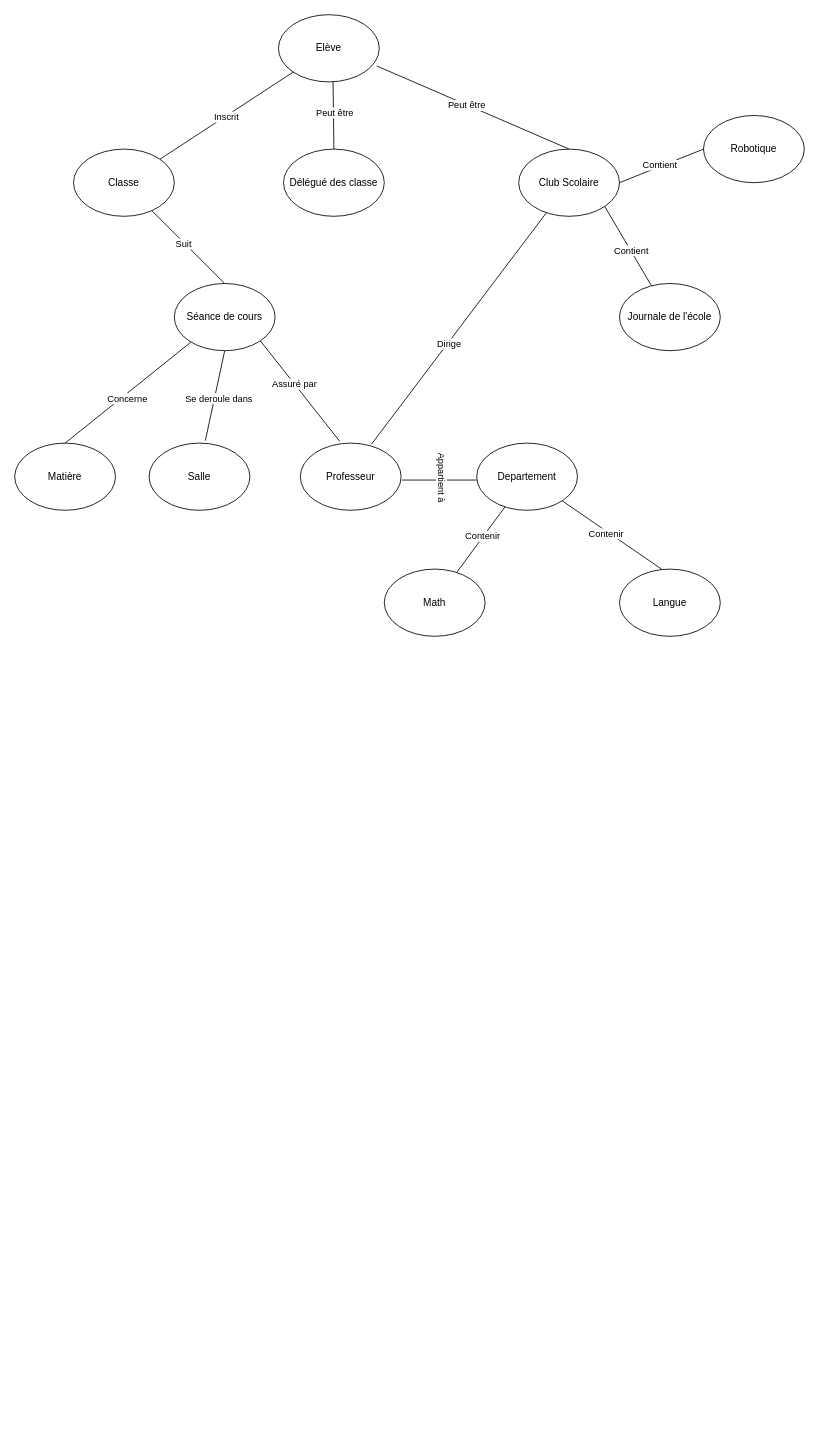
Above: Representation_graphique.drawio in MarcoKlinko/symfony_app (draw.io), before the change. Source tidied: cells renumbered, new cells numbered last; positions are measured from the earlier drawing's top-left corner, leaving out a move shared by most shapes. Both pictures are drawn from the tidied source at 84%, with x=0, y=0 at pixel (14, 14).
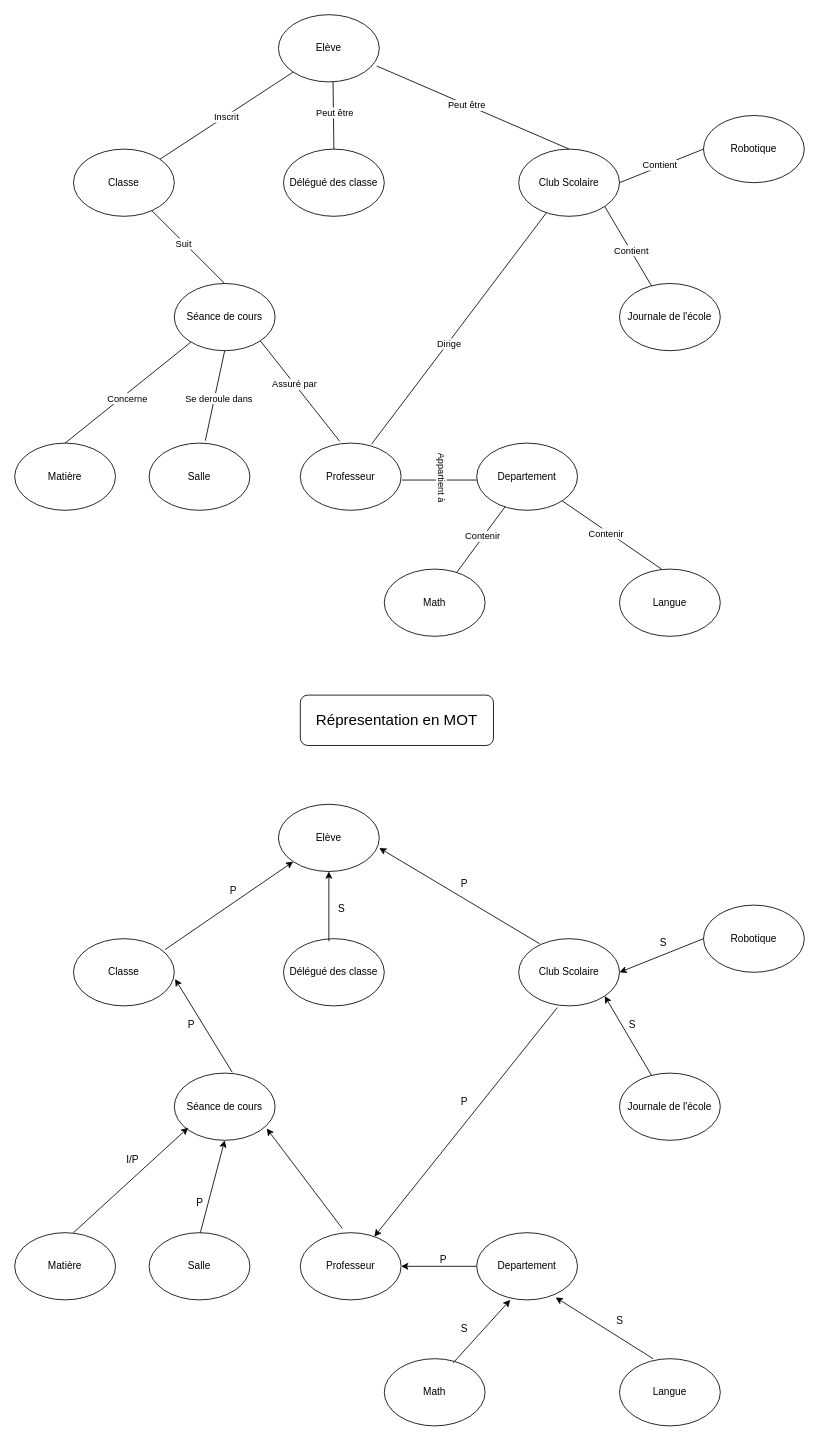
Above is the later version.

Commit message:
Mettre à jour Representation_graphique.drawio

The edit, as a diff of the source:
```diff
@@
+    <mxCell id="41" value="&lt;font style=&quot;font-size: 18px;&quot;&gt;Répresentation en MOT&lt;/font&gt;" style="rounded=1;whiteSpace=wrap;html=1;" parent="1" vertex="1">
+      <mxGeometry x="340" y="810" width="230" height="60" as="geometry" />
+    </mxCell>
+    <mxCell id="42" value="Elève" style="ellipse;whiteSpace=wrap;html=1;" parent="1" vertex="1">
+      <mxGeometry x="314" y="940" width="120" height="80" as="geometry" />
+    </mxCell>
+    <mxCell id="43" value="Classe" style="ellipse;whiteSpace=wrap;html=1;" parent="1" vertex="1">
+      <mxGeometry x="70" y="1100" width="120" height="80" as="geometry" />
+    </mxCell>
+    <mxCell id="44" value="Club Scolaire" style="ellipse;whiteSpace=wrap;html=1;" parent="1" vertex="1">
+      <mxGeometry x="600" y="1100" width="120" height="80" as="geometry" />
+    </mxCell>
+    <mxCell id="45" value="Délégué des classe" style="ellipse;whiteSpace=wrap;html=1;" parent="1" vertex="1">
+      <mxGeometry x="320" y="1100" width="120" height="80" as="geometry" />
+    </mxCell>
+    <mxCell id="46" value="Journale de l'école" style="ellipse;whiteSpace=wrap;html=1;" parent="1" vertex="1">
+      <mxGeometry x="720" y="1260" width="120" height="80" as="geometry" />
+    </mxCell>
+    <mxCell id="47" value="Séance de cours" style="ellipse;whiteSpace=wrap;html=1;" parent="1" vertex="1">
+      <mxGeometry x="190" y="1260" width="120" height="80" as="geometry" />
+    </mxCell>
+    <mxCell id="48" value="Matière" style="ellipse;whiteSpace=wrap;html=1;" parent="1" vertex="1">
+      <mxGeometry y="1450" width="120" height="80" as="geometry" />
+    </mxCell>
+    <mxCell id="49" value="Salle" style="ellipse;whiteSpace=wrap;html=1;" parent="1" vertex="1">
+      <mxGeometry x="160" y="1450" width="120" height="80" as="geometry" />
+    </mxCell>
+    <mxCell id="50" value="Professeur" style="ellipse;whiteSpace=wrap;html=1;" parent="1" vertex="1">
+      <mxGeometry x="340" y="1450" width="120" height="80" as="geometry" />
+    </mxCell>
+    <mxCell id="51" value="Departement" style="ellipse;whiteSpace=wrap;html=1;" parent="1" vertex="1">
+      <mxGeometry x="550" y="1450" width="120" height="80" as="geometry" />
+    </mxCell>
+    <mxCell id="52" value="Langue" style="ellipse;whiteSpace=wrap;html=1;" parent="1" vertex="1">
+      <mxGeometry x="720" y="1600" width="120" height="80" as="geometry" />
+    </mxCell>
+    <mxCell id="53" value="Math" style="ellipse;whiteSpace=wrap;html=1;" parent="1" vertex="1">
+      <mxGeometry x="440" y="1600" width="120" height="80" as="geometry" />
+    </mxCell>
+    <mxCell id="54" value="Robotique" style="ellipse;whiteSpace=wrap;html=1;" parent="1" vertex="1">
+      <mxGeometry x="820" y="1060" width="120" height="80" as="geometry" />
+    </mxCell>
+    <mxCell id="55" value="S" style="text;html=1;align=center;verticalAlign=middle;strokeColor=none;fillColor=none;" parent="1" vertex="1">
+      <mxGeometry x="757" y="1090" width="30" height="30" as="geometry" />
+    </mxCell>
+    <mxCell id="56" value="S" style="text;html=1;align=center;verticalAlign=middle;strokeColor=none;fillColor=none;" parent="1" vertex="1">
+      <mxGeometry x="705" y="1540" width="30" height="30" as="geometry" />
+    </mxCell>
+    <mxCell id="57" value="S" style="text;html=1;align=center;verticalAlign=middle;strokeColor=none;fillColor=none;" parent="1" vertex="1">
+      <mxGeometry x="520" y="1550" width="30" height="30" as="geometry" />
+    </mxCell>
+    <mxCell id="58" value="S" style="text;html=1;align=center;verticalAlign=middle;strokeColor=none;fillColor=none;" parent="1" vertex="1">
+      <mxGeometry x="720" y="1188" width="30" height="30" as="geometry" />
+    </mxCell>
+    <mxCell id="59" value="S" style="text;html=1;align=center;verticalAlign=middle;strokeColor=none;fillColor=none;" parent="1" vertex="1">
+      <mxGeometry x="374" y="1050" width="30" height="30" as="geometry" />
+    </mxCell>
+    <mxCell id="60" value="P" style="text;html=1;align=center;verticalAlign=middle;strokeColor=none;fillColor=none;" parent="1" vertex="1">
+      <mxGeometry x="520" y="1280" width="30" height="30" as="geometry" />
+    </mxCell>
+    <mxCell id="61" value="P" style="text;html=1;align=center;verticalAlign=middle;strokeColor=none;fillColor=none;" parent="1" vertex="1">
+      <mxGeometry x="495" y="1468" width="30" height="30" as="geometry" />
+    </mxCell>
+    <mxCell id="62" value="I/P" style="text;html=1;align=center;verticalAlign=middle;strokeColor=none;fillColor=none;" parent="1" vertex="1">
+      <mxGeometry x="120" y="1348" width="40" height="30" as="geometry" />
+    </mxCell>
+    <mxCell id="63" value="P" style="text;html=1;align=center;verticalAlign=middle;strokeColor=none;fillColor=none;" parent="1" vertex="1">
+      <mxGeometry x="205" y="1400" width="30" height="30" as="geometry" />
+    </mxCell>
+    <mxCell id="64" value="P" style="text;html=1;align=center;verticalAlign=middle;strokeColor=none;fillColor=none;" parent="1" vertex="1">
+      <mxGeometry x="195" y="1188" width="30" height="30" as="geometry" />
+    </mxCell>
+    <mxCell id="65" value="P" style="text;html=1;align=center;verticalAlign=middle;strokeColor=none;fillColor=none;" parent="1" vertex="1">
+      <mxGeometry x="245" y="1028" width="30" height="30" as="geometry" />
+    </mxCell>
+    <mxCell id="66" value="P" style="text;html=1;align=center;verticalAlign=middle;strokeColor=none;fillColor=none;" parent="1" vertex="1">
+      <mxGeometry x="520" y="1020" width="30" height="30" as="geometry" />
+    </mxCell>
+    <mxCell id="67" style="endArrow=classic;html=1;rounded=0;entryX=0;entryY=1;entryDx=0;entryDy=0;exitX=0.908;exitY=0.163;exitDx=0;exitDy=0;exitPerimeter=0;" parent="1" edge="1" source="43" target="42">
+      <mxGeometry relative="1" as="geometry" />
+    </mxCell>
+    <mxCell id="68" style="endArrow=classic;html=1;rounded=0;entryX=1;entryY=0.65;entryDx=0;entryDy=0;exitX=0.208;exitY=0.075;exitDx=0;exitDy=0;exitPerimeter=0;entryPerimeter=0;" parent="1" edge="1" source="44" target="42">
+      <mxGeometry relative="1" as="geometry" />
+    </mxCell>
+    <mxCell id="69" style="endArrow=classic;html=1;rounded=0;entryX=0.5;entryY=1;entryDx=0;entryDy=0;exitX=0.45;exitY=0.038;exitDx=0;exitDy=0;exitPerimeter=0;" parent="1" edge="1" source="45" target="42">
+      <mxGeometry relative="1" as="geometry" />
+    </mxCell>
+    <mxCell id="70" style="endArrow=classic;html=1;rounded=0;entryX=1.008;entryY=0.6;entryDx=0;entryDy=0;exitX=0.575;exitY=-0.012;exitDx=0;exitDy=0;exitPerimeter=0;entryPerimeter=0;" parent="1" edge="1" source="47" target="43">
+      <mxGeometry relative="1" as="geometry" />
+    </mxCell>
+    <mxCell id="71" style="endArrow=classic;html=1;rounded=0;entryX=1;entryY=0.5;entryDx=0;entryDy=0;exitX=0;exitY=0.5;exitDx=0;exitDy=0;" parent="1" edge="1" source="54" target="44">
+      <mxGeometry relative="1" as="geometry" />
+    </mxCell>
+    <mxCell id="72" style="endArrow=classic;html=1;rounded=0;entryX=1;entryY=1;entryDx=0;entryDy=0;" parent="1" edge="1" source="46" target="44">
+      <mxGeometry relative="1" as="geometry" />
+    </mxCell>
+    <mxCell id="73" style="endArrow=classic;html=1;rounded=0;entryX=0.333;entryY=1;entryDx=0;entryDy=0;exitX=0.683;exitY=0.063;exitDx=0;exitDy=0;exitPerimeter=0;entryPerimeter=0;" parent="1" edge="1" source="53" target="51">
+      <mxGeometry relative="1" as="geometry" />
+    </mxCell>
+    <mxCell id="74" style="endArrow=classic;html=1;rounded=0;entryX=0.783;entryY=0.963;entryDx=0;entryDy=0;exitX=0.333;exitY=0;exitDx=0;exitDy=0;exitPerimeter=0;entryPerimeter=0;" parent="1" edge="1" source="52" target="51">
+      <mxGeometry relative="1" as="geometry" />
+    </mxCell>
+    <mxCell id="75" style="endArrow=classic;html=1;rounded=0;entryX=0;entryY=1;entryDx=0;entryDy=0;exitX=0.583;exitY=0;exitDx=0;exitDy=0;exitPerimeter=0;" parent="1" edge="1" source="48">
+      <mxGeometry relative="1" as="geometry">
+        <mxPoint x="206.5" y="1325" as="targetPoint" />
+      </mxGeometry>
+    </mxCell>
+    <mxCell id="76" style="endArrow=classic;html=1;rounded=0;entryX=0.5;entryY=1;entryDx=0;entryDy=0;exitX=0.908;exitY=0.163;exitDx=0;exitDy=0;exitPerimeter=0;" parent="1" edge="1" target="47">
+      <mxGeometry relative="1" as="geometry">
+        <mxPoint x="221" y="1450" as="sourcePoint" />
+      </mxGeometry>
+    </mxCell>
+    <mxCell id="77" style="endArrow=classic;html=1;rounded=0;entryX=0.917;entryY=0.825;entryDx=0;entryDy=0;entryPerimeter=0;" parent="1" edge="1" target="47">
+      <mxGeometry relative="1" as="geometry">
+        <mxPoint x="390" y="1445" as="sourcePoint" />
+      </mxGeometry>
+    </mxCell>
+    <mxCell id="78" style="endArrow=classic;html=1;rounded=0;exitX=0.383;exitY=1.025;exitDx=0;exitDy=0;exitPerimeter=0;" parent="1" edge="1" source="44" target="50">
+      <mxGeometry relative="1" as="geometry" />
+    </mxCell>
+    <mxCell id="79" style="endArrow=classic;html=1;rounded=0;entryX=1;entryY=0.5;entryDx=0;entryDy=0;" parent="1" edge="1" target="50">
+      <mxGeometry relative="1" as="geometry">
+        <mxPoint x="550" y="1490" as="sourcePoint" />
+      </mxGeometry>
+    </mxCell>
```
